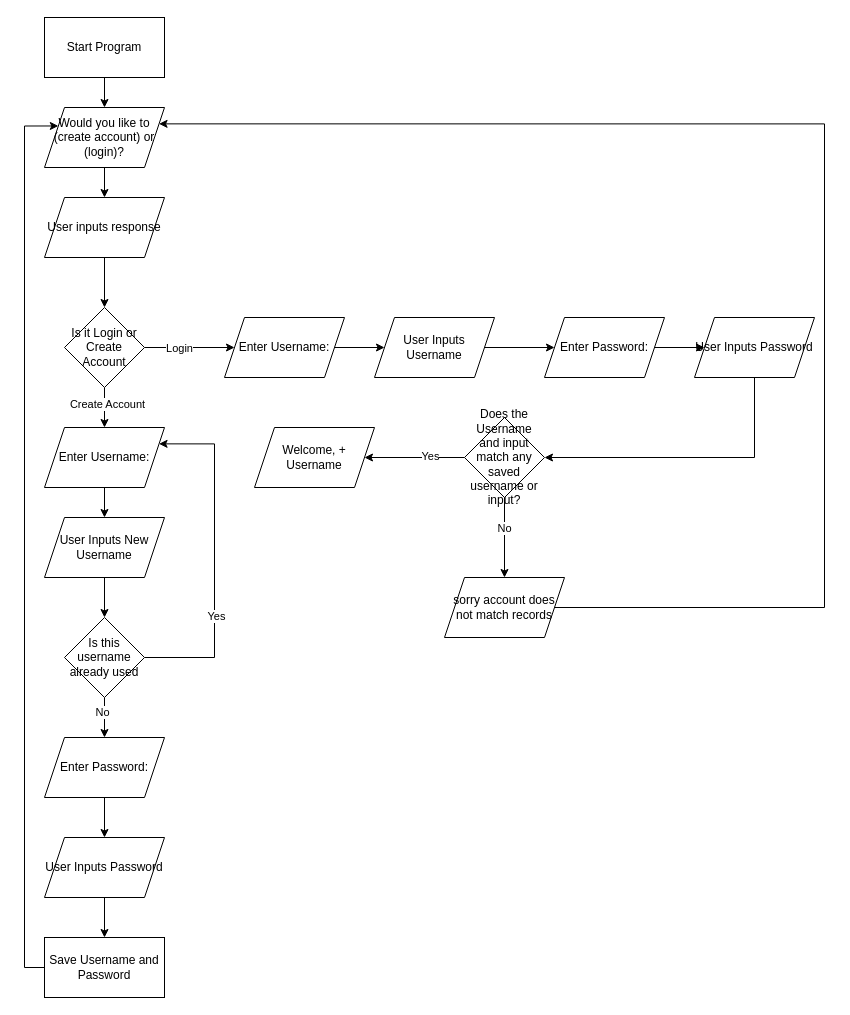
Earlier version of the draw.io diagram AdvArrays.drawio (ip1200-Wilson/First-repository). Source tidied: cells renumbered, new cells numbered last; positions are measured from the earlier drawing's top-left corner, leaving out a move shared by most shapes. Both pictures are drawn from the tidied source at 100%, with x=0, y=0 at pixel (24, 17).
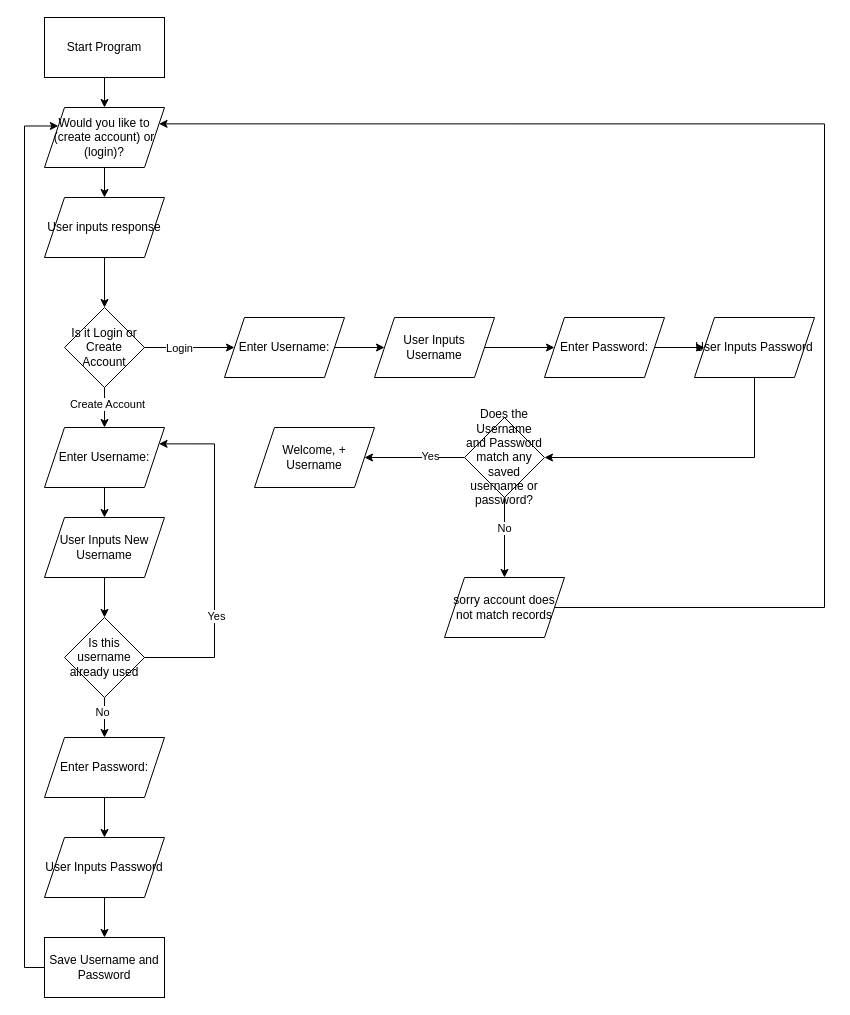
The same diagram, later.

Diff of the diagram source:
```diff
@@
-    <mxCell id="40" value="Does the Username and input match any saved username or input?" style="rhombus;whiteSpace=wrap;html=1;" parent="1" vertex="1">
+    <mxCell id="40" value="Does the Username and Password match any saved username or password?" style="rhombus;whiteSpace=wrap;html=1;" parent="1" vertex="1">
       <mxGeometry x="440" y="400" width="80" height="80" as="geometry" />
     </mxCell>
```
